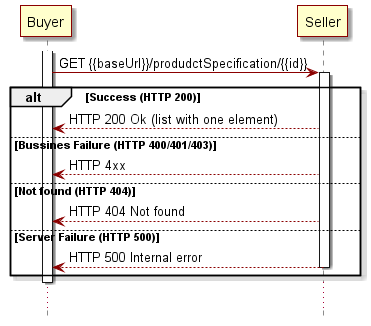
Earlier version of the PlantUML export documentation/productApi/catalog/media/retrieveProductSpecificationById-seqFlow.png (MEF-GIT/MEF-LSO-Sonata-SDK). Its diagram source:
```plantuml
@startuml
skinparam {
participantBorderColor DarkRed
participantBorderThickness 1
participantBackgroundColor BUSINESS

LifeLineBorderColor DarkRed
LifeLineBackgroundColor DarkRed

databaseBorderColor Grey
databaseBorderThickness 1

shadowing true
RoundCorner 0
LineColor DarkRed
ArrowColor DarkRed
ArrowThickness 1
}

hide footbox

participant Buyer as b
participant Seller as s

activate b
b -> s++: GET {{baseUrl}}/produdctSpecification/{{id}}
alt Success (HTTP 200)
b <-- s: HTTP 200 Ok (list with one element)
else Bussines Failure (HTTP 400/401/403)
b <-- s: HTTP 4xx
else Not found (HTTP 404)
b <-- s: HTTP 404 Not found
else Server Failure (HTTP 500)
b <-- s--: HTTP 500 Internal error
end
deactivate b

...
@enduml
```
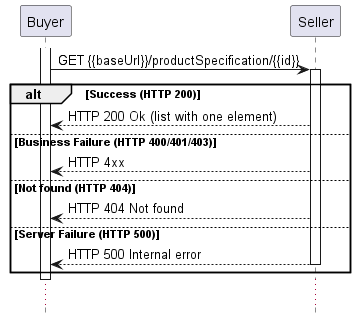
Later version of the same file.

The edit, as a diff of the source:
```diff
@@ -1,21 +1,7 @@
 @startuml
-skinparam {
-participantBorderColor DarkRed
-participantBorderThickness 1
-participantBackgroundColor BUSINESS
 
-LifeLineBorderColor DarkRed
-LifeLineBackgroundColor DarkRed
 
-databaseBorderColor Grey
-databaseBorderThickness 1
 
-shadowing true
-RoundCorner 0
-LineColor DarkRed
-ArrowColor DarkRed
-ArrowThickness 1
-}
 
 hide footbox
 
@@ -23,10 +9,10 @@
 participant Seller as s
 
 activate b
-b -> s++: GET {{baseUrl}}/produdctSpecification/{{id}}
+b -> s++: GET {{baseUrl}}/productSpecification/{{id}}
 alt Success (HTTP 200)
 b <-- s: HTTP 200 Ok (list with one element)
-else Bussines Failure (HTTP 400/401/403)
+else Business Failure (HTTP 400/401/403)
 b <-- s: HTTP 4xx
 else Not found (HTTP 404)
 b <-- s: HTTP 404 Not found
```
